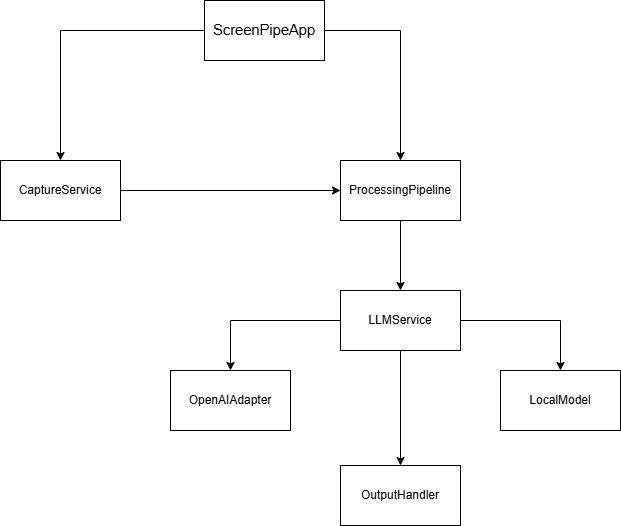
This is diagramas/arq.png from GianGlauberty/ES_2026-2_screenpipe, a draw.io export, as it was before one commit. Source tidied: cells renumbered, new cells last; positions are measured from the earlier drawing's top-left corner, leaving out a move shared by most shapes.
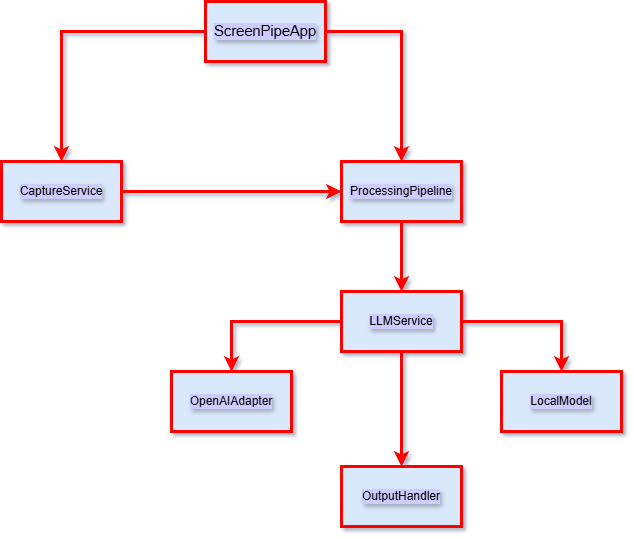
The same file after the commit.

Diff of the diagram source:
```diff
@@ -1,47 +1,47 @@
-<mxGraphModel>
+<mxGraphModel shadow="1">
   <root>
     <mxCell id="0" />
     <mxCell id="1" parent="0" />
-    <mxCell id="2" style="edgeStyle=orthogonalEdgeStyle;rounded=0;jettySize=auto;html=1;entryX=0.5;entryY=0;entryDx=0;entryDy=0;" parent="1" edge="1" source="4" target="8">
+    <mxCell id="2" style="edgeStyle=orthogonalEdgeStyle;rounded=0;jettySize=auto;html=1;entryX=0.5;entryY=0;entryDx=0;entryDy=0;strokeColor=light-dark(#ff0000, #1f1f00);fillColor=#dae8fc;textShadow=1;labelBackgroundColor=#CCCCFF;strokeWidth=3;" parent="1" edge="1" source="4" target="8">
       <mxGeometry relative="1" as="geometry" />
     </mxCell>
-    <mxCell id="3" style="edgeStyle=orthogonalEdgeStyle;rounded=0;jettySize=auto;html=1;" parent="1" edge="1" source="4" target="6">
+    <mxCell id="3" style="edgeStyle=orthogonalEdgeStyle;rounded=0;jettySize=auto;html=1;strokeColor=light-dark(#ff0000, #1f1f00);fillColor=#dae8fc;textShadow=1;labelBackgroundColor=#CCCCFF;strokeWidth=3;" parent="1" edge="1" source="4" target="6">
       <mxGeometry relative="1" as="geometry" />
     </mxCell>
-    <mxCell id="4" value="&lt;span id=&quot;docs-internal-guid-6c6a35f8-7fff-a2a6-6e58-b248fe6f7403&quot;&gt;&lt;span style=&quot;font-size: 11pt; font-family: Arial, sans-serif; background-color: transparent; font-variant-numeric: normal; font-variant-east-asian: normal; font-variant-alternates: normal; font-variant-position: normal; font-variant-emoji: normal; vertical-align: baseline; white-space-collapse: preserve;&quot;&gt;ScreenPipeApp&lt;/span&gt;&lt;/span&gt;" style="rounded=0;whiteSpace=wrap;html=1;" parent="1" vertex="1">
+    <mxCell id="4" value="&lt;span id=&quot;docs-internal-guid-6c6a35f8-7fff-a2a6-6e58-b248fe6f7403&quot;&gt;&lt;span style=&quot;font-size: 11pt; font-family: Arial, sans-serif; font-variant-numeric: normal; font-variant-east-asian: normal; font-variant-alternates: normal; font-variant-position: normal; font-variant-emoji: normal; vertical-align: baseline; white-space-collapse: preserve;&quot;&gt;ScreenPipeApp&lt;/span&gt;&lt;/span&gt;" style="rounded=0;whiteSpace=wrap;html=1;strokeColor=light-dark(#ff0000, #1f1f00);fillColor=#dae8fc;textShadow=1;labelBackgroundColor=#CCCCFF;strokeWidth=3;" parent="1" vertex="1">
       <mxGeometry x="204" width="120" height="60" as="geometry" />
     </mxCell>
-    <mxCell id="5" style="edgeStyle=orthogonalEdgeStyle;rounded=0;jettySize=auto;html=1;" parent="1" edge="1" source="6" target="8">
+    <mxCell id="5" style="edgeStyle=orthogonalEdgeStyle;rounded=0;jettySize=auto;html=1;strokeColor=light-dark(#ff0000, #1f1f00);fillColor=#dae8fc;textShadow=1;labelBackgroundColor=#CCCCFF;strokeWidth=3;" parent="1" edge="1" source="6" target="8">
       <mxGeometry relative="1" as="geometry" />
     </mxCell>
-    <mxCell id="6" value="CaptureService" style="rounded=0;whiteSpace=wrap;html=1;" parent="1" vertex="1">
+    <mxCell id="6" value="CaptureService" style="rounded=0;whiteSpace=wrap;html=1;strokeColor=light-dark(#ff0000, #1f1f00);fillColor=#dae8fc;textShadow=1;labelBackgroundColor=#CCCCFF;strokeWidth=3;" parent="1" vertex="1">
       <mxGeometry y="160" width="120" height="60" as="geometry" />
     </mxCell>
-    <mxCell id="7" style="edgeStyle=orthogonalEdgeStyle;rounded=0;jettySize=auto;html=1;entryX=0.5;entryY=0;entryDx=0;entryDy=0;" parent="1" edge="1" source="8" target="12">
+    <mxCell id="7" style="edgeStyle=orthogonalEdgeStyle;rounded=0;jettySize=auto;html=1;entryX=0.5;entryY=0;entryDx=0;entryDy=0;strokeColor=light-dark(#ff0000, #1f1f00);fillColor=#dae8fc;textShadow=1;labelBackgroundColor=#CCCCFF;strokeWidth=3;" parent="1" edge="1" source="8" target="12">
       <mxGeometry relative="1" as="geometry" />
     </mxCell>
-    <mxCell id="8" value="ProcessingPipeline" style="rounded=0;whiteSpace=wrap;html=1;" parent="1" vertex="1">
+    <mxCell id="8" value="ProcessingPipeline" style="rounded=0;whiteSpace=wrap;html=1;strokeColor=light-dark(#ff0000, #1f1f00);fillColor=#dae8fc;textShadow=1;labelBackgroundColor=#CCCCFF;strokeWidth=3;" parent="1" vertex="1">
       <mxGeometry x="340" y="160" width="120" height="60" as="geometry" />
     </mxCell>
-    <mxCell id="9" style="edgeStyle=orthogonalEdgeStyle;rounded=0;jettySize=auto;html=1;" parent="1" edge="1" source="12" target="13">
+    <mxCell id="9" style="edgeStyle=orthogonalEdgeStyle;rounded=0;jettySize=auto;html=1;strokeColor=light-dark(#ff0000, #1f1f00);fillColor=#dae8fc;textShadow=1;labelBackgroundColor=#CCCCFF;strokeWidth=3;" parent="1" edge="1" source="12" target="13">
       <mxGeometry relative="1" as="geometry" />
     </mxCell>
-    <mxCell id="10" style="edgeStyle=orthogonalEdgeStyle;rounded=0;jettySize=auto;html=1;entryX=0.5;entryY=0;entryDx=0;entryDy=0;" parent="1" edge="1" source="12" target="15">
+    <mxCell id="10" style="edgeStyle=orthogonalEdgeStyle;rounded=0;jettySize=auto;html=1;entryX=0.5;entryY=0;entryDx=0;entryDy=0;strokeColor=light-dark(#ff0000, #1f1f00);fillColor=#dae8fc;textShadow=1;labelBackgroundColor=#CCCCFF;strokeWidth=3;" parent="1" edge="1" source="12" target="15">
       <mxGeometry relative="1" as="geometry" />
     </mxCell>
-    <mxCell id="11" style="edgeStyle=orthogonalEdgeStyle;rounded=0;jettySize=auto;html=1;entryX=0.5;entryY=0;entryDx=0;entryDy=0;" parent="1" edge="1" source="12" target="14">
+    <mxCell id="11" style="edgeStyle=orthogonalEdgeStyle;rounded=0;jettySize=auto;html=1;entryX=0.5;entryY=0;entryDx=0;entryDy=0;strokeColor=light-dark(#ff0000, #1f1f00);fillColor=#dae8fc;textShadow=1;labelBackgroundColor=#CCCCFF;strokeWidth=3;" parent="1" edge="1" source="12" target="14">
       <mxGeometry relative="1" as="geometry" />
     </mxCell>
-    <mxCell id="12" value="LLMService" style="rounded=0;whiteSpace=wrap;html=1;" parent="1" vertex="1">
+    <mxCell id="12" value="LLMService" style="rounded=0;whiteSpace=wrap;html=1;strokeColor=light-dark(#ff0000, #1f1f00);fillColor=#dae8fc;textShadow=1;labelBackgroundColor=#CCCCFF;strokeWidth=3;" parent="1" vertex="1">
       <mxGeometry x="340" y="290" width="120" height="60" as="geometry" />
     </mxCell>
-    <mxCell id="13" value="OutputHandler" style="rounded=0;whiteSpace=wrap;html=1;" parent="1" vertex="1">
+    <mxCell id="13" value="OutputHandler" style="rounded=0;whiteSpace=wrap;html=1;strokeColor=light-dark(#ff0000, #1f1f00);fillColor=#dae8fc;textShadow=1;labelBackgroundColor=#CCCCFF;strokeWidth=3;" parent="1" vertex="1">
       <mxGeometry x="340" y="465" width="120" height="60" as="geometry" />
     </mxCell>
-    <mxCell id="14" value="OpenAIAdapter" style="whiteSpace=wrap;html=1;" parent="1" vertex="1">
+    <mxCell id="14" value="OpenAIAdapter" style="whiteSpace=wrap;html=1;strokeColor=light-dark(#ff0000, #1f1f00);fillColor=#dae8fc;textShadow=1;labelBackgroundColor=#CCCCFF;strokeWidth=3;" parent="1" vertex="1">
       <mxGeometry x="170" y="370" width="120" height="60" as="geometry" />
     </mxCell>
-    <mxCell id="15" value="LocalModel" style="whiteSpace=wrap;html=1;" parent="1" vertex="1">
+    <mxCell id="15" value="LocalModel" style="whiteSpace=wrap;html=1;strokeColor=light-dark(#ff0000, #1f1f00);fillColor=#dae8fc;textShadow=1;labelBackgroundColor=#CCCCFF;strokeWidth=3;" parent="1" vertex="1">
       <mxGeometry x="500" y="370" width="120" height="60" as="geometry" />
     </mxCell>
   </root>
```
